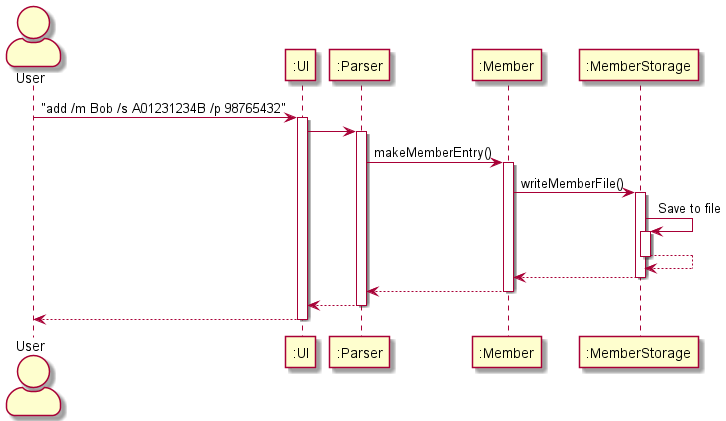
nus-cs2113-AY2122S1/tp keeps this PlantUML diagram as docs/images/ArchitectureSequence.png. Above is the earlier version. Source of this version:
```plantuml
@startuml
skinparam actorStyle awesome
Actor User as user
Participant ":UI" as ui
Participant ":Parser" as parser
Participant ":Member" as member
Participant ":MemberStorage" as storage

user -> ui : "add /m Bob /s A01231234B /p 98765432"
activate ui

ui -> parser
activate parser

parser -> member : makeMemberEntry()
activate member

member -> storage : writeMemberFile()
activate storage

storage -> storage : Save to file
activate storage
storage --> storage
deactivate storage

storage --> member
deactivate storage

member --> parser
deactivate member

parser --> ui
deactivate parser

ui --> user
deactivate ui
@enduml
```
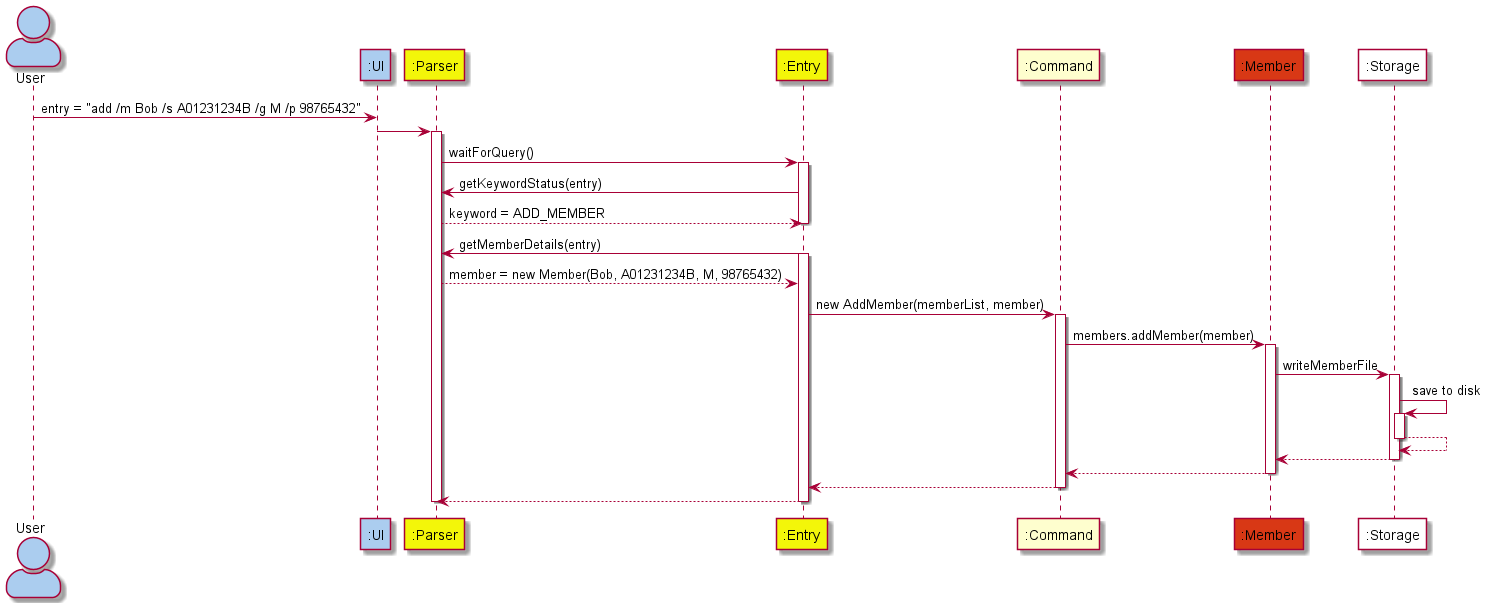
After the change.

What changed in the source:
```diff
@@ -1,37 +1,56 @@
 @startuml
 skinparam actorStyle awesome
-Actor User as user
-Participant ":UI" as ui
-Participant ":Parser" as parser
-Participant ":Member" as member
-Participant ":MemberStorage" as storage
+Actor User as user #abcdef
+Participant ":UI" as ui #abcdef
+Participant ":Parser" as parser #f3f609
+Participant ":Entry" as entry #f3f609
+Participant ":Command" as command
+Participant ":Member" as member #d83815
+Participant ":Storage" as storage #ffffff
 
-user -> ui : "add /m Bob /s A01231234B /p 98765432"
-activate ui
+user -> ui : entry = "add /m Bob /s A01231234B /g M /p 98765432"
 
 ui -> parser
 activate parser
 
-parser -> member : makeMemberEntry()
+parser -> entry : waitForQuery()
+activate entry
+
+entry -> parser : getKeywordStatus(entry)
+
+parser --> entry : keyword = ADD_MEMBER
+deactivate entry
+
+entry -> parser : getMemberDetails(entry)
+activate entry
+parser --> entry : member = new Member(Bob, A01231234B, M, 98765432)
+
+entry -> command : new AddMember(memberList, member)
+activate command
+
+command -> member : members.addMember(member)
 activate member
 
-member -> storage : writeMemberFile()
+member -> storage : writeMemberFile
 activate storage
 
-storage -> storage : Save to file
+storage -> storage : save to disk
 activate storage
+
 storage --> storage
 deactivate storage
 
 storage --> member
 deactivate storage
 
-member --> parser
+member --> command
 deactivate member
 
-parser --> ui
+command --> entry
+deactivate command
+
+entry --> parser
+deactivate entry
+
 deactivate parser
-
-ui --> user
-deactivate ui
 @enduml
```
